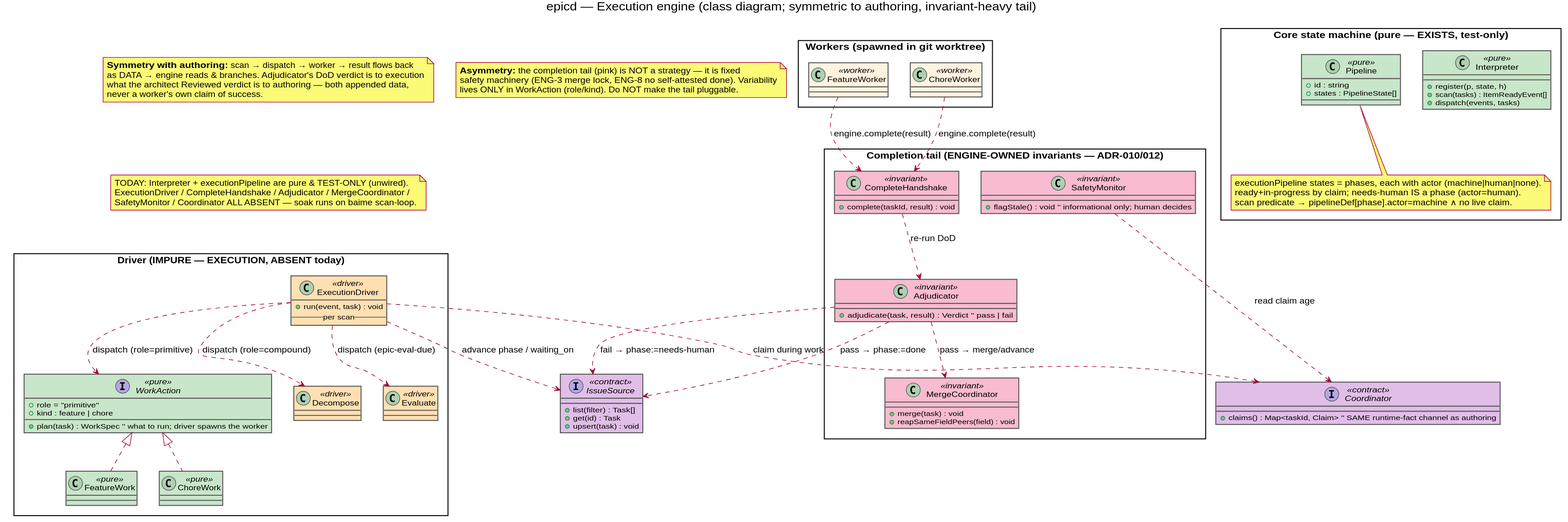
This is docs/uml/epicd-execution-class.svg from yaleh/epicd, a PlantUML export, as it was before one commit.
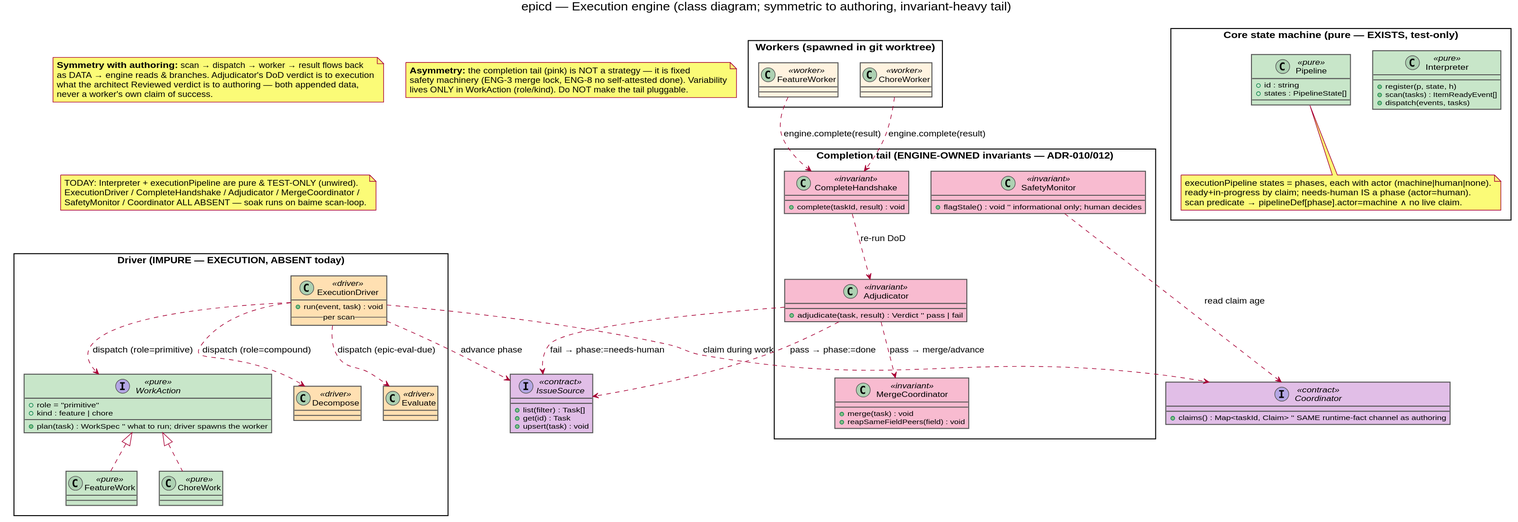
After the commit.

Diff of the diagram source:
```diff
@@ -92,7 +92,7 @@
 }
 
 ExecutionDriver ..> Coordinator : claim during work
-ExecutionDriver ..> IssueSource : advance phase / waiting_on
+ExecutionDriver ..> IssueSource : advance phase
 FeatureWorker ..> CompleteHandshake : engine.complete(result)
 ChoreWorker ..> CompleteHandshake : engine.complete(result)
 Adjudicator ..> IssueSource : pass → phase:=done
```
